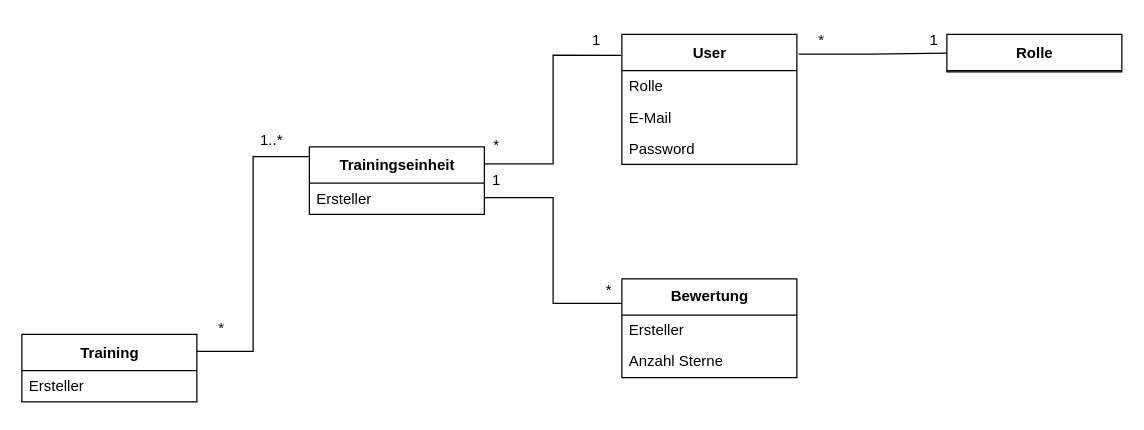
andrinnn6789/FootballAdministrationsApp keeps this draw.io diagram as FootballAdministrationApp/DomainModel.drawio. Above is the earlier version. Source tidied: cells renumbered, new cells numbered last; positions are measured from the earlier drawing's top-left corner, leaving out a move shared by most shapes. Both pictures are drawn from the tidied source at 125%, with x=0, y=0 at pixel (21, 21).
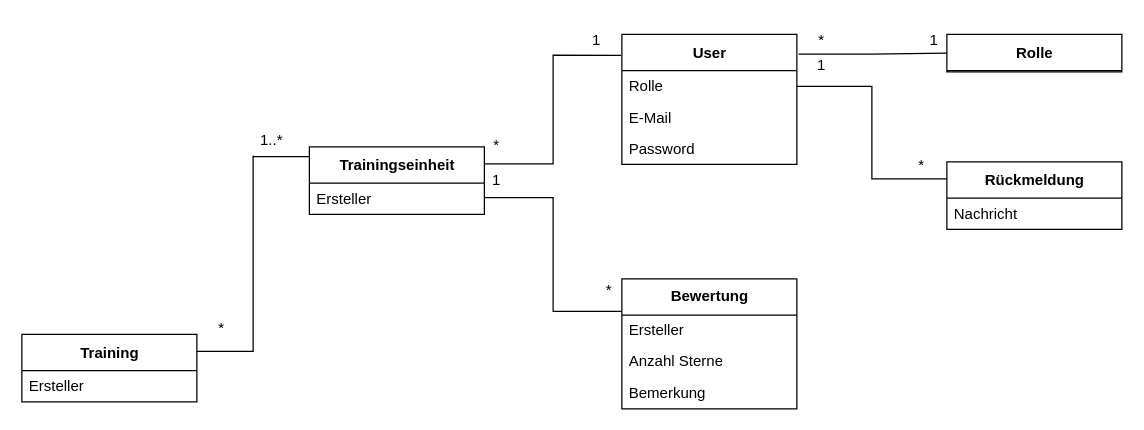
After the change.

The change refers to these unchanged cells:
```xml
<mxCell id="3" value="Rolle" style="text;html=1;strokeColor=none;fillColor=none;align=left;verticalAlign=middle;spacingLeft=4;spacingRight=4;overflow=hidden;points=[[0,0.5],[1,0.5]];portConstraint=eastwest;" parent="2" vertex="1">
  <mxGeometry y="29" width="140" height="25" as="geometry" />
</mxCell>
```

The edit, as a diff of the source:
```diff
@@
     <mxCell id="9" value="Bewertung" style="swimlane;fontStyle=1;align=center;verticalAlign=middle;horizontal=1;startSize=29;html=1;" parent="1" vertex="1">
-      <mxGeometry x="480" y="205.5" width="140" height="79" as="geometry" />
+      <mxGeometry x="480" y="205.5" width="140" height="104" as="geometry" />
     </mxCell>
@@
+    <mxCell id="26" value="Bemerkung" style="text;html=1;strokeColor=none;fillColor=none;align=left;verticalAlign=middle;spacingLeft=4;spacingRight=4;overflow=hidden;" parent="9" vertex="1">
+      <mxGeometry y="79" width="140" height="25" as="geometry" />
+    </mxCell>
@@
+    <mxCell id="27" value="Rückmeldung" style="swimlane;fontStyle=1;align=center;verticalAlign=middle;horizontal=1;startSize=29;html=1;" parent="1" vertex="1">
+      <mxGeometry x="740" y="112" width="140" height="54" as="geometry" />
+    </mxCell>
+    <mxCell id="28" value="Nachricht" style="text;html=1;strokeColor=none;fillColor=none;align=left;verticalAlign=middle;spacingLeft=4;spacingRight=4;overflow=hidden;" parent="27" vertex="1">
+      <mxGeometry y="29" width="140" height="25" as="geometry" />
+    </mxCell>
+    <mxCell id="29" style="edgeStyle=orthogonalEdgeStyle;rounded=0;jettySize=auto;html=1;entryX=0;entryY=0.25;entryDx=0;entryDy=0;endArrow=none;endFill=0;exitX=1;exitY=0.5;exitDx=0;exitDy=0;" parent="1" edge="1" source="3" target="27">
+      <mxGeometry relative="1" as="geometry" />
+    </mxCell>
+    <mxCell id="30" value="*" style="text;html=1;strokeColor=none;fillColor=none;align=center;verticalAlign=middle;whiteSpace=wrap;rounded=0;" parent="1" vertex="1">
+      <mxGeometry x="690" y="100" width="60" height="30" as="geometry" />
+    </mxCell>
+    <mxCell id="31" value="1" style="text;html=1;strokeColor=none;fillColor=none;align=center;verticalAlign=middle;whiteSpace=wrap;rounded=0;" parent="1" vertex="1">
+      <mxGeometry x="610" y="20" width="60" height="30" as="geometry" />
+    </mxCell>
```
